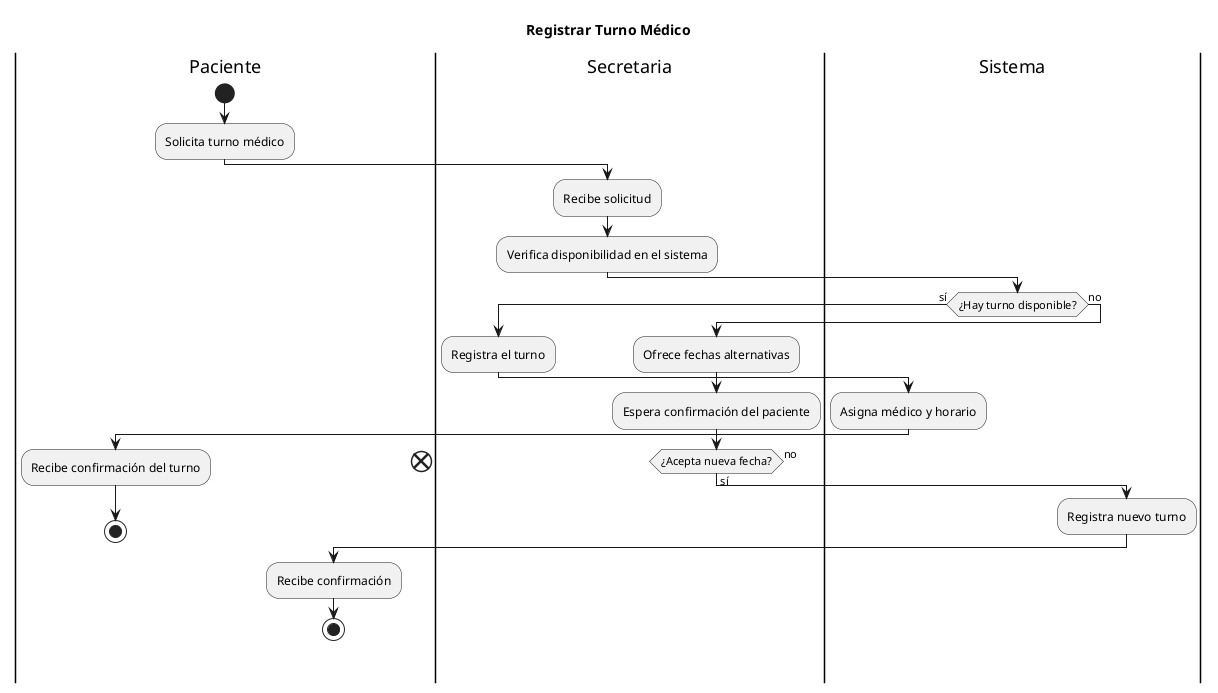
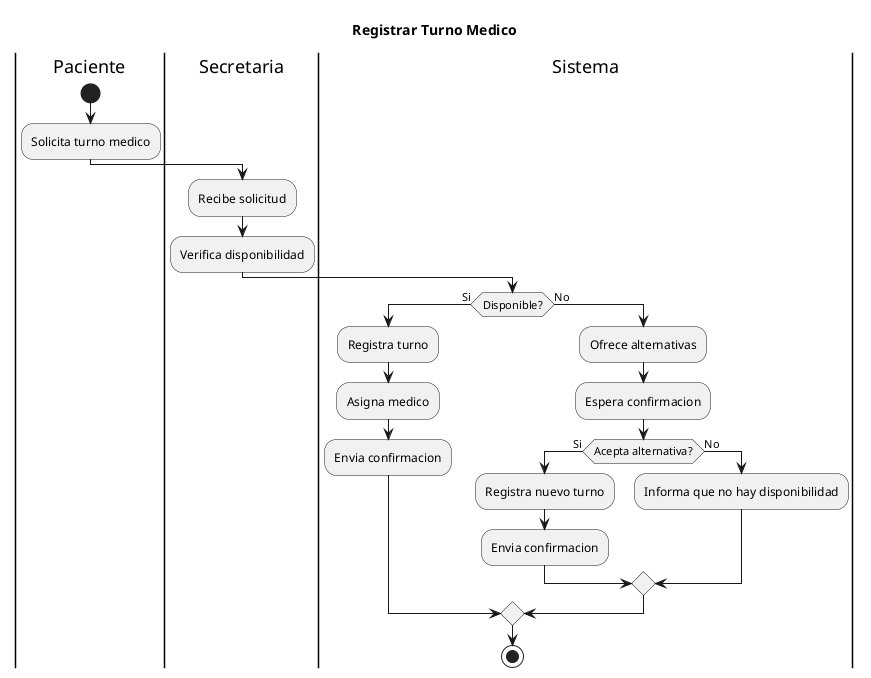
@startuml
- title "Registrar Turno Médico"
+ title "Registrar Turno Medico"
+ 
|Paciente|
start
- :Solicita turno médico;
+ :Solicita turno medico;

|Secretaria|
:Recibe solicitud;
- :Verifica disponibilidad en el sistema;
+ :Verifica disponibilidad;

|Sistema|
- if (¿Hay turno disponible?) then (sí)
-   |Secretaria|
-   :Registra el turno;
-   |Sistema|
-   :Asigna médico y horario;
-   |Paciente|
-   :Recibe confirmación del turno;
-   stop
- else (no)
-   |Secretaria|
-   :Ofrece fechas alternativas;
-   :Espera confirmación del paciente;
-   if (¿Acepta nueva fecha?) then (sí)
-     |Sistema|
+ if (Disponible?) then (Si)
+   :Registra turno;
+   :Asigna medico;
+   :Envia confirmacion;
+ 
+ else (No)
+   :Ofrece alternativas;
+   :Espera confirmacion;
+ 
+   if (Acepta alternativa?) then (Si)
    :Registra nuevo turno;
-     |Paciente|
-     :Recibe confirmación;
-     stop
-   else (no)
-     end
+     :Envia confirmacion;
+ 
+   else (No)
+     :Informa que no hay disponibilidad;
  endif
+ 
endif
+ 
+ stop
+ 
@enduml